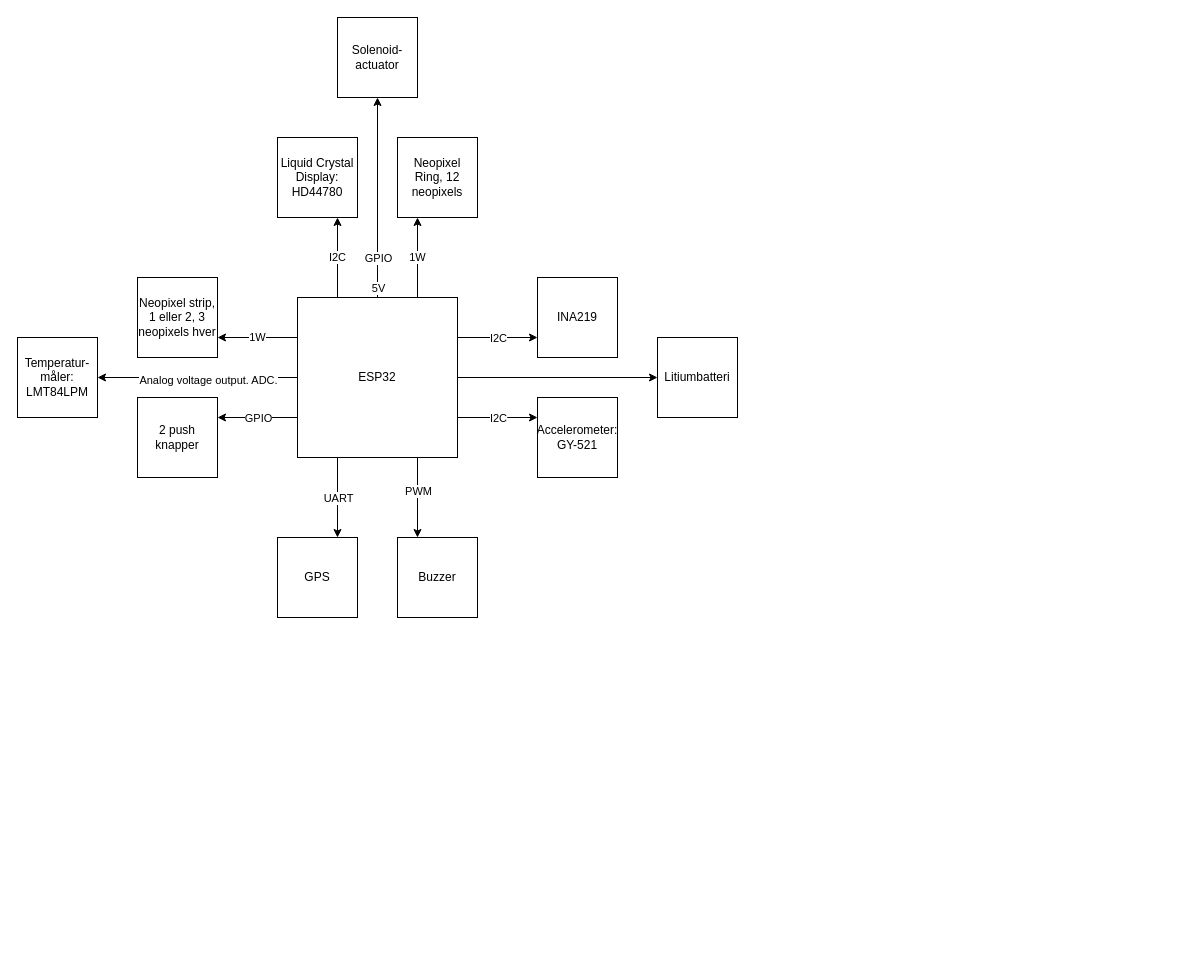
Earlier version of the draw.io diagram Blokdiagram/Blokdiagram.drawio (KEA-E24-B9-IOT1/E24-B9-IoT1). Source tidied: cells renumbered, new cells numbered last; positions are measured from the earlier drawing's top-left corner, leaving out a move shared by most shapes. Both pictures are drawn from the tidied source at 100%, with x=0, y=0 at pixel (17, 17).
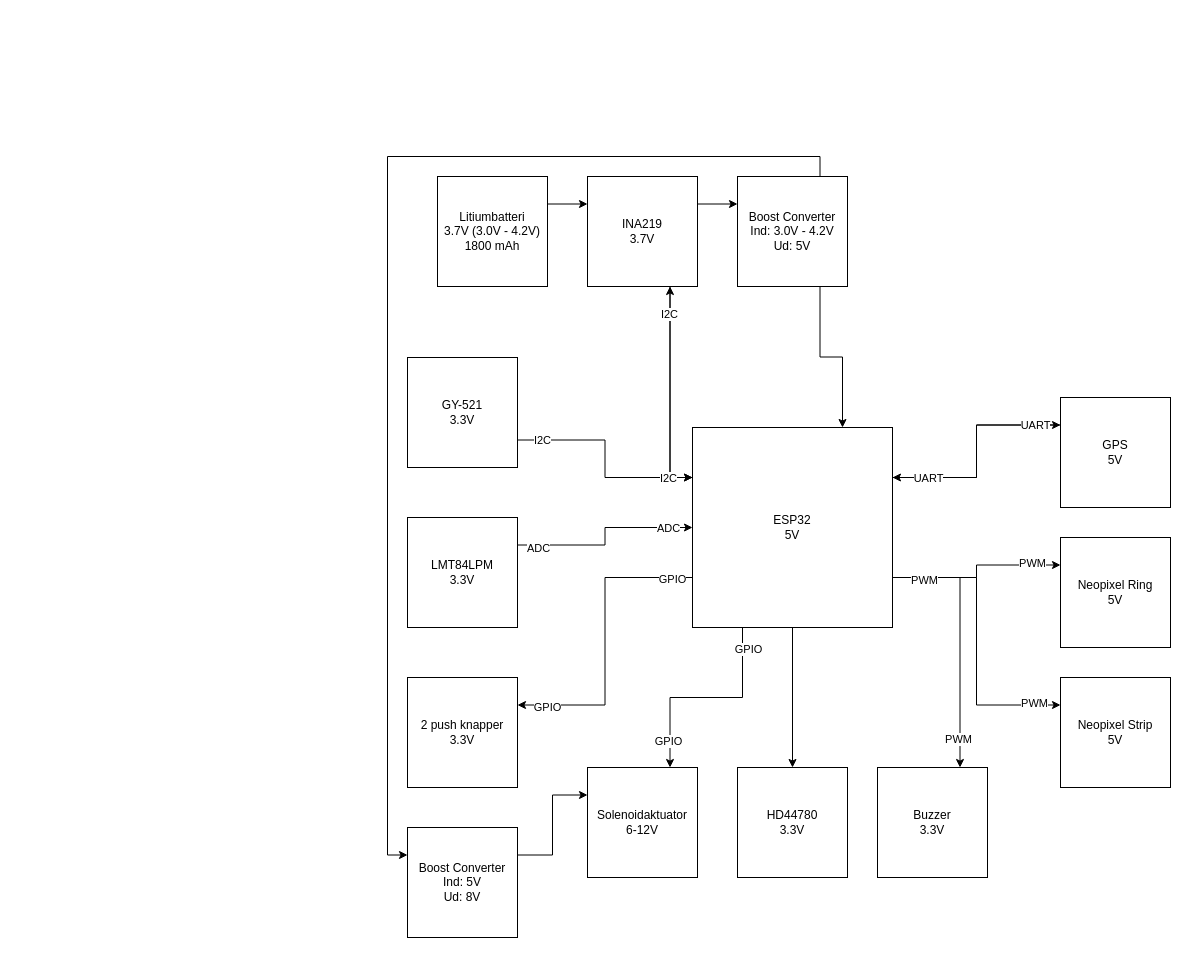
The same page after the edit.

The edit, as a diff of the source:
```diff
@@
-    <mxCell id="2" style="edgeStyle=orthogonalEdgeStyle;rounded=0;jettySize=auto;html=1;exitX=0.5;exitY=0;exitDx=0;exitDy=0;entryX=0.5;entryY=1;entryDx=0;entryDy=0;" parent="1" edge="1" source="21" target="31">
-      <mxGeometry relative="1" as="geometry" />
-    </mxCell>
-    <mxCell id="3" value="GPIO" style="edgeLabel;html=1;align=center;verticalAlign=middle;" parent="2" vertex="1">
-      <mxGeometry x="-0.18" y="2" relative="1" as="geometry">
-        <mxPoint x="2" y="42" as="offset" />
-      </mxGeometry>
-    </mxCell>
-    <mxCell id="4" value="5V" style="edgeLabel;html=1;align=center;verticalAlign=middle;" parent="2" vertex="1">
-      <mxGeometry x="-0.09" relative="1" as="geometry">
-        <mxPoint y="81" as="offset" />
-      </mxGeometry>
-    </mxCell>
-    <mxCell id="5" value="1W" style="edgeStyle=orthogonalEdgeStyle;rounded=0;jettySize=auto;html=1;exitX=0.75;exitY=0;exitDx=0;exitDy=0;entryX=0.25;entryY=1;entryDx=0;entryDy=0;" parent="1" edge="1" source="21" target="25">
-      <mxGeometry relative="1" as="geometry" />
-    </mxCell>
-    <mxCell id="6" value="I2C" style="edgeStyle=orthogonalEdgeStyle;rounded=0;jettySize=auto;html=1;exitX=0.25;exitY=0;exitDx=0;exitDy=0;entryX=0.75;entryY=1;entryDx=0;entryDy=0;" parent="1" edge="1" source="21" target="32">
-      <mxGeometry relative="1" as="geometry" />
-    </mxCell>
-    <mxCell id="7" style="edgeStyle=orthogonalEdgeStyle;rounded=0;jettySize=auto;html=1;exitX=0;exitY=0.5;exitDx=0;exitDy=0;entryX=1;entryY=0.5;entryDx=0;entryDy=0;" parent="1" edge="1" source="21" target="27">
-      <mxGeometry relative="1" as="geometry" />
-    </mxCell>
-    <mxCell id="8" value="Analog voltage output. ADC." style="edgeLabel;html=1;align=center;verticalAlign=middle;" parent="7" vertex="1">
-      <mxGeometry x="-0.1" y="2" relative="1" as="geometry" />
-    </mxCell>
-    <mxCell id="9" value="1W" style="edgeStyle=orthogonalEdgeStyle;rounded=0;jettySize=auto;html=1;exitX=0;exitY=0.25;exitDx=0;exitDy=0;entryX=1;entryY=0.75;entryDx=0;entryDy=0;" parent="1" edge="1" source="21" target="26">
-      <mxGeometry relative="1" as="geometry" />
-    </mxCell>
-    <mxCell id="10" style="edgeStyle=orthogonalEdgeStyle;rounded=0;jettySize=auto;html=1;exitX=0;exitY=0.75;exitDx=0;exitDy=0;entryX=1;entryY=0.25;entryDx=0;entryDy=0;" parent="1" edge="1" source="21" target="22">
-      <mxGeometry relative="1" as="geometry">
-        <Array as="points">
-          <mxPoint x="250" y="400" />
-          <mxPoint x="250" y="400" />
-        </Array>
-      </mxGeometry>
-    </mxCell>
-    <mxCell id="11" value="GPIO" style="edgeLabel;html=1;align=center;verticalAlign=middle;" parent="10" vertex="1">
-      <mxGeometry x="-0.33" y="2" relative="1" as="geometry">
-        <mxPoint x="-13" y="-2" as="offset" />
-      </mxGeometry>
-    </mxCell>
-    <mxCell id="12" style="edgeStyle=orthogonalEdgeStyle;rounded=0;jettySize=auto;html=1;exitX=1;exitY=0.25;exitDx=0;exitDy=0;entryX=0;entryY=0.75;entryDx=0;entryDy=0;" parent="1" edge="1" source="21" target="29">
-      <mxGeometry relative="1" as="geometry" />
-    </mxCell>
-    <mxCell id="13" value="I2C" style="edgeLabel;html=1;align=center;verticalAlign=middle;" parent="12" vertex="1">
-      <mxGeometry x="-0.53" y="4" relative="1" as="geometry">
-        <mxPoint x="21" y="4" as="offset" />
-      </mxGeometry>
-    </mxCell>
-    <mxCell id="14" style="edgeStyle=orthogonalEdgeStyle;rounded=0;jettySize=auto;html=1;exitX=1;exitY=0.5;exitDx=0;exitDy=0;entryX=0;entryY=0.5;entryDx=0;entryDy=0;" parent="1" edge="1" source="21" target="28">
-      <mxGeometry relative="1" as="geometry" />
-    </mxCell>
-    <mxCell id="15" style="edgeStyle=orthogonalEdgeStyle;rounded=0;jettySize=auto;html=1;exitX=1;exitY=0.75;exitDx=0;exitDy=0;entryX=0;entryY=0.25;entryDx=0;entryDy=0;" parent="1" edge="1" source="21" target="30">
-      <mxGeometry relative="1" as="geometry">
-        <Array as="points">
-          <mxPoint x="490" y="400" />
-          <mxPoint x="490" y="400" />
-        </Array>
-      </mxGeometry>
-    </mxCell>
-    <mxCell id="16" value="I2C" style="edgeLabel;html=1;align=center;verticalAlign=middle;" parent="15" vertex="1">
-      <mxGeometry x="0.12" y="1" relative="1" as="geometry">
-        <mxPoint x="-5" y="1" as="offset" />
-      </mxGeometry>
-    </mxCell>
-    <mxCell id="17" style="edgeStyle=orthogonalEdgeStyle;rounded=0;jettySize=auto;html=1;exitX=0.75;exitY=1;exitDx=0;exitDy=0;entryX=0.25;entryY=0;entryDx=0;entryDy=0;" parent="1" edge="1" source="21" target="24">
-      <mxGeometry relative="1" as="geometry" />
-    </mxCell>
-    <mxCell id="18" value="PWM" style="edgeLabel;html=1;align=center;verticalAlign=middle;" parent="17" vertex="1">
-      <mxGeometry x="-0.17" y="4" relative="1" as="geometry">
-        <mxPoint x="-4" as="offset" />
-      </mxGeometry>
-    </mxCell>
-    <mxCell id="19" style="edgeStyle=orthogonalEdgeStyle;rounded=0;jettySize=auto;html=1;exitX=0.25;exitY=1;exitDx=0;exitDy=0;entryX=0.75;entryY=0;entryDx=0;entryDy=0;" parent="1" edge="1" source="21" target="23">
-      <mxGeometry relative="1" as="geometry" />
-    </mxCell>
-    <mxCell id="20" value="UART" style="edgeLabel;html=1;align=center;verticalAlign=middle;" parent="19" vertex="1">
-      <mxGeometry x="-0.15" y="1" relative="1" as="geometry">
-        <mxPoint x="-1" y="6" as="offset" />
-      </mxGeometry>
-    </mxCell>
-    <mxCell id="21" value="ESP32" style="whiteSpace=wrap;html=1;" parent="1" vertex="1">
-      <mxGeometry x="280" y="280" width="160" height="160" as="geometry" />
-    </mxCell>
-    <mxCell id="22" value="2 push knapper" style="whiteSpace=wrap;html=1;" parent="1" vertex="1">
-      <mxGeometry x="120" y="380" width="80" height="80" as="geometry" />
-    </mxCell>
-    <mxCell id="23" value="GPS" style="whiteSpace=wrap;html=1;" parent="1" vertex="1">
-      <mxGeometry x="260" y="520" width="80" height="80" as="geometry" />
-    </mxCell>
-    <mxCell id="24" value="Buzzer" style="whiteSpace=wrap;html=1;" parent="1" vertex="1">
-      <mxGeometry x="380" y="520" width="80" height="80" as="geometry" />
-    </mxCell>
-    <mxCell id="25" value="Neopixel Ring, 12 neopixels" style="whiteSpace=wrap;html=1;" parent="1" vertex="1">
-      <mxGeometry x="380" y="120" width="80" height="80" as="geometry" />
-    </mxCell>
-    <mxCell id="26" value="Neopixel strip, 1 eller 2, 3 neopixels hver" style="whiteSpace=wrap;html=1;" parent="1" vertex="1">
-      <mxGeometry x="120" y="260" width="80" height="80" as="geometry" />
-    </mxCell>
-    <mxCell id="27" value="Temperatur-&lt;div&gt;måler:&lt;/div&gt;&lt;div&gt;LMT84LPM&lt;br&gt;&lt;/div&gt;" style="whiteSpace=wrap;html=1;" parent="1" vertex="1">
-      <mxGeometry y="320" width="80" height="80" as="geometry" />
-    </mxCell>
-    <mxCell id="28" value="Litiumbatteri" style="whiteSpace=wrap;html=1;" parent="1" vertex="1">
-      <mxGeometry x="640" y="320" width="80" height="80" as="geometry" />
-    </mxCell>
-    <mxCell id="29" value="INA219" style="whiteSpace=wrap;html=1;" parent="1" vertex="1">
-      <mxGeometry x="520" y="260" width="80" height="80" as="geometry" />
-    </mxCell>
-    <mxCell id="30" value="Accelerometer:&lt;br&gt;GY-521" style="whiteSpace=wrap;html=1;" parent="1" vertex="1">
-      <mxGeometry x="520" y="380" width="80" height="80" as="geometry" />
-    </mxCell>
-    <mxCell id="31" value="Solenoid-&lt;div&gt;actuator&lt;/div&gt;" style="whiteSpace=wrap;html=1;" parent="1" vertex="1">
-      <mxGeometry x="320" width="80" height="80" as="geometry" />
-    </mxCell>
-    <mxCell id="32" value="Liquid Crystal&lt;div&gt;Display:&lt;br&gt;HD44780&lt;br&gt;&lt;/div&gt;" style="whiteSpace=wrap;html=1;" parent="1" vertex="1">
-      <mxGeometry x="260" y="120" width="80" height="80" as="geometry" />
-    </mxCell>
+    <mxCell id="33" style="edgeStyle=orthogonalEdgeStyle;rounded=0;jettySize=auto;html=1;exitX=1;exitY=0.25;exitDx=0;exitDy=0;entryX=0;entryY=0.25;entryDx=0;entryDy=0;" parent="1" edge="1" source="34" target="37">
+      <mxGeometry relative="1" as="geometry" />
+    </mxCell>
+    <mxCell id="34" value="&lt;div&gt;Litiumbatteri&lt;/div&gt;&lt;div&gt;3.7V (3.0V - 4.2V)&lt;/div&gt;&lt;div&gt;1800 mAh&lt;br&gt;&lt;/div&gt;" style="whiteSpace=wrap;html=1;" parent="1" vertex="1">
+      <mxGeometry x="420" y="159" width="110" height="110" as="geometry" />
+    </mxCell>
+    <mxCell id="35" style="edgeStyle=orthogonalEdgeStyle;rounded=0;jettySize=auto;html=1;exitX=1;exitY=0.25;exitDx=0;exitDy=0;entryX=0;entryY=0.25;entryDx=0;entryDy=0;" parent="1" edge="1" source="37" target="40">
+      <mxGeometry relative="1" as="geometry" />
+    </mxCell>
+    <mxCell id="36" style="edgeStyle=orthogonalEdgeStyle;rounded=0;jettySize=auto;html=1;exitX=0.75;exitY=1;exitDx=0;exitDy=0;entryX=0;entryY=0.25;entryDx=0;entryDy=0;" parent="1" edge="1" source="37" target="58">
+      <mxGeometry relative="1" as="geometry" />
+    </mxCell>
+    <mxCell id="37" value="&lt;div&gt;INA219&lt;/div&gt;3.7V" style="whiteSpace=wrap;html=1;" parent="1" vertex="1">
+      <mxGeometry x="570" y="159" width="110" height="110" as="geometry" />
+    </mxCell>
+    <mxCell id="38" style="edgeStyle=orthogonalEdgeStyle;rounded=0;jettySize=auto;html=1;exitX=0.75;exitY=1;exitDx=0;exitDy=0;entryX=0.75;entryY=0;entryDx=0;entryDy=0;" parent="1" edge="1" source="40" target="58">
+      <mxGeometry relative="1" as="geometry" />
+    </mxCell>
+    <mxCell id="39" style="edgeStyle=orthogonalEdgeStyle;rounded=0;jettySize=auto;html=1;exitX=0.75;exitY=0;exitDx=0;exitDy=0;entryX=0;entryY=0.25;entryDx=0;entryDy=0;" parent="1" edge="1" source="40" target="78">
+      <mxGeometry relative="1" as="geometry" />
+    </mxCell>
+    <mxCell id="40" value="&lt;div&gt;Boost Converter&lt;/div&gt;&lt;div&gt;Ind: 3.0V - 4.2V&lt;/div&gt;&lt;div&gt;Ud: 5V&lt;br&gt;&lt;/div&gt;" style="whiteSpace=wrap;html=1;" parent="1" vertex="1">
+      <mxGeometry x="720" y="159" width="110" height="110" as="geometry" />
+    </mxCell>
+    <mxCell id="41" style="edgeStyle=orthogonalEdgeStyle;rounded=0;jettySize=auto;html=1;exitX=1;exitY=0.25;exitDx=0;exitDy=0;entryX=0;entryY=0.25;entryDx=0;entryDy=0;" parent="1" edge="1" source="58" target="62">
+      <mxGeometry relative="1" as="geometry" />
+    </mxCell>
+    <mxCell id="42" style="edgeStyle=orthogonalEdgeStyle;rounded=0;jettySize=auto;html=1;exitX=1;exitY=0.75;exitDx=0;exitDy=0;entryX=0;entryY=0.25;entryDx=0;entryDy=0;" parent="1" edge="1" source="58" target="63">
+      <mxGeometry relative="1" as="geometry" />
+    </mxCell>
+    <mxCell id="43" value="PWM" style="edgeLabel;html=1;align=center;verticalAlign=middle;" parent="42" vertex="1">
+      <mxGeometry x="0.68" y="2" relative="1" as="geometry" />
+    </mxCell>
+    <mxCell id="44" style="edgeStyle=orthogonalEdgeStyle;rounded=0;jettySize=auto;html=1;exitX=0;exitY=0.25;exitDx=0;exitDy=0;entryX=0.75;entryY=1;entryDx=0;entryDy=0;" parent="1" edge="1" source="58" target="37">
+      <mxGeometry relative="1" as="geometry" />
+    </mxCell>
+    <mxCell id="45" value="I2C" style="edgeLabel;html=1;align=center;verticalAlign=middle;" parent="44" vertex="1">
+      <mxGeometry x="0.74" y="1" relative="1" as="geometry" />
+    </mxCell>
+    <mxCell id="46" style="edgeStyle=orthogonalEdgeStyle;rounded=0;jettySize=auto;html=1;exitX=0.5;exitY=1;exitDx=0;exitDy=0;entryX=0.5;entryY=0;entryDx=0;entryDy=0;" parent="1" edge="1" source="58" target="68">
+      <mxGeometry relative="1" as="geometry" />
+    </mxCell>
+    <mxCell id="47" style="edgeStyle=orthogonalEdgeStyle;rounded=0;jettySize=auto;html=1;exitX=1;exitY=0.75;exitDx=0;exitDy=0;entryX=0;entryY=0.25;entryDx=0;entryDy=0;" parent="1" edge="1" source="58" target="69">
+      <mxGeometry relative="1" as="geometry">
+        <Array as="points">
+          <mxPoint x="959" y="560" />
+          <mxPoint x="959" y="687" />
+        </Array>
+      </mxGeometry>
+    </mxCell>
+    <mxCell id="48" value="PWM" style="edgeLabel;html=1;align=center;verticalAlign=middle;" parent="47" vertex="1">
+      <mxGeometry x="0.82" y="2" relative="1" as="geometry" />
+    </mxCell>
+    <mxCell id="49" style="edgeStyle=orthogonalEdgeStyle;rounded=0;jettySize=auto;html=1;exitX=0;exitY=0.75;exitDx=0;exitDy=0;entryX=1;entryY=0.25;entryDx=0;entryDy=0;" parent="1" edge="1" source="58" target="76">
+      <mxGeometry relative="1" as="geometry" />
+    </mxCell>
+    <mxCell id="50" value="GPIO" style="edgeLabel;html=1;align=center;verticalAlign=middle;" parent="49" vertex="1">
+      <mxGeometry x="0.16" y="4" relative="1" as="geometry">
+        <mxPoint x="-62" y="42" as="offset" />
+      </mxGeometry>
+    </mxCell>
+    <mxCell id="51" value="GPIO" style="edgeLabel;html=1;align=center;verticalAlign=middle;" parent="49" vertex="1">
+      <mxGeometry x="-0.86" y="1" relative="1" as="geometry" />
+    </mxCell>
+    <mxCell id="52" style="edgeStyle=orthogonalEdgeStyle;rounded=0;jettySize=auto;html=1;exitX=1;exitY=0.75;exitDx=0;exitDy=0;entryX=0.75;entryY=0;entryDx=0;entryDy=0;" parent="1" edge="1" source="58" target="71">
+      <mxGeometry relative="1" as="geometry" />
+    </mxCell>
+    <mxCell id="53" value="PWM" style="edgeLabel;html=1;align=center;verticalAlign=middle;" parent="52" vertex="1">
+      <mxGeometry x="-0.76" y="-2" relative="1" as="geometry" />
+    </mxCell>
+    <mxCell id="54" value="PWM" style="edgeLabel;html=1;align=center;verticalAlign=middle;" parent="52" vertex="1">
+      <mxGeometry x="0.83" y="4" relative="1" as="geometry">
+        <mxPoint x="-6" y="-7" as="offset" />
+      </mxGeometry>
+    </mxCell>
+    <mxCell id="55" style="edgeStyle=orthogonalEdgeStyle;rounded=0;jettySize=auto;html=1;exitX=0.25;exitY=1;exitDx=0;exitDy=0;entryX=0.75;entryY=0;entryDx=0;entryDy=0;" parent="1" edge="1" source="58" target="70">
+      <mxGeometry relative="1" as="geometry" />
+    </mxCell>
+    <mxCell id="56" value="GPIO" style="edgeLabel;html=1;align=center;verticalAlign=middle;" parent="55" vertex="1">
+      <mxGeometry x="-0.76" y="-4" relative="1" as="geometry">
+        <mxPoint x="9" y="-5" as="offset" />
+      </mxGeometry>
+    </mxCell>
+    <mxCell id="57" value="GPIO" style="edgeLabel;html=1;align=center;verticalAlign=middle;" parent="55" vertex="1">
+      <mxGeometry x="0.75" y="-6" relative="1" as="geometry">
+        <mxPoint x="4" as="offset" />
+      </mxGeometry>
+    </mxCell>
+    <mxCell id="58" value="&lt;div&gt;ESP32&lt;/div&gt;&lt;div&gt;5V&lt;/div&gt;" style="whiteSpace=wrap;html=1;" parent="1" vertex="1">
+      <mxGeometry x="675" y="410" width="200" height="200" as="geometry" />
+    </mxCell>
+    <mxCell id="59" style="edgeStyle=orthogonalEdgeStyle;rounded=0;jettySize=auto;html=1;exitX=0;exitY=0.25;exitDx=0;exitDy=0;entryX=1;entryY=0.25;entryDx=0;entryDy=0;" parent="1" edge="1" source="62" target="58">
+      <mxGeometry relative="1" as="geometry" />
+    </mxCell>
+    <mxCell id="60" value="UART" style="edgeLabel;html=1;align=center;verticalAlign=middle;" parent="59" vertex="1">
+      <mxGeometry x="-0.14" y="1" relative="1" as="geometry">
+        <mxPoint x="-50" y="42" as="offset" />
+      </mxGeometry>
+    </mxCell>
+    <mxCell id="61" value="UART" style="edgeLabel;html=1;align=center;verticalAlign=middle;" parent="59" vertex="1">
+      <mxGeometry x="-0.76" relative="1" as="geometry" />
+    </mxCell>
+    <mxCell id="62" value="&lt;div&gt;GPS&lt;/div&gt;&lt;div&gt;5V&lt;br&gt;&lt;/div&gt;" style="whiteSpace=wrap;html=1;" parent="1" vertex="1">
+      <mxGeometry x="1043" y="380" width="110" height="110" as="geometry" />
+    </mxCell>
+    <mxCell id="63" value="&lt;div&gt;Neopixel Ring&lt;/div&gt;&lt;div&gt;5V&lt;br&gt;&lt;/div&gt;" style="whiteSpace=wrap;html=1;" parent="1" vertex="1">
+      <mxGeometry x="1043" y="520" width="110" height="110" as="geometry" />
+    </mxCell>
+    <mxCell id="64" style="edgeStyle=orthogonalEdgeStyle;rounded=0;jettySize=auto;html=1;exitX=1;exitY=0.25;exitDx=0;exitDy=0;entryX=0;entryY=0.5;entryDx=0;entryDy=0;" parent="1" edge="1" source="67" target="58">
+      <mxGeometry relative="1" as="geometry" />
+    </mxCell>
+    <mxCell id="65" value="ADC" style="edgeLabel;html=1;align=center;verticalAlign=middle;" parent="64" vertex="1">
+      <mxGeometry x="0.83" y="1" relative="1" as="geometry">
+        <mxPoint x="-8" y="1" as="offset" />
+      </mxGeometry>
+    </mxCell>
+    <mxCell id="66" value="ADC" style="edgeLabel;html=1;align=center;verticalAlign=middle;" parent="64" vertex="1">
+      <mxGeometry x="-0.79" y="-4" relative="1" as="geometry">
+        <mxPoint y="-1" as="offset" />
+      </mxGeometry>
+    </mxCell>
+    <mxCell id="67" value="&lt;div&gt;LMT84LPM&lt;/div&gt;&lt;div&gt;3.3V&lt;br&gt;&lt;/div&gt;" style="whiteSpace=wrap;html=1;" parent="1" vertex="1">
+      <mxGeometry x="390" y="500" width="110" height="110" as="geometry" />
+    </mxCell>
+    <mxCell id="68" value="&lt;div&gt;HD44780&lt;/div&gt;&lt;div&gt;3.3V&lt;br&gt;&lt;/div&gt;" style="whiteSpace=wrap;html=1;" parent="1" vertex="1">
+      <mxGeometry x="720" y="750" width="110" height="110" as="geometry" />
+    </mxCell>
+    <mxCell id="69" value="&lt;div&gt;Neopixel Strip&lt;/div&gt;&lt;div&gt;5V&lt;br&gt;&lt;/div&gt;" style="whiteSpace=wrap;html=1;" parent="1" vertex="1">
+      <mxGeometry x="1043" y="660" width="110" height="110" as="geometry" />
+    </mxCell>
+    <mxCell id="70" value="&lt;div&gt;Solenoidaktuator&lt;/div&gt;&lt;div&gt;6-12V&lt;br&gt;&lt;/div&gt;" style="whiteSpace=wrap;html=1;" parent="1" vertex="1">
+      <mxGeometry x="570" y="750" width="110" height="110" as="geometry" />
+    </mxCell>
+    <mxCell id="71" value="&lt;div&gt;Buzzer&lt;/div&gt;&lt;div&gt;3.3V&lt;br&gt;&lt;/div&gt;" style="whiteSpace=wrap;html=1;" parent="1" vertex="1">
+      <mxGeometry x="860" y="750" width="110" height="110" as="geometry" />
+    </mxCell>
+    <mxCell id="72" style="edgeStyle=orthogonalEdgeStyle;rounded=0;jettySize=auto;html=1;exitX=1;exitY=0.75;exitDx=0;exitDy=0;entryX=0;entryY=0.25;entryDx=0;entryDy=0;" parent="1" edge="1" source="75" target="58">
+      <mxGeometry relative="1" as="geometry" />
+    </mxCell>
+    <mxCell id="73" value="I2C" style="edgeLabel;html=1;align=center;verticalAlign=middle;" parent="72" vertex="1">
+      <mxGeometry x="-0.77" relative="1" as="geometry" />
+    </mxCell>
+    <mxCell id="74" value="I2C" style="edgeLabel;html=1;align=center;verticalAlign=middle;" parent="72" vertex="1">
+      <mxGeometry x="0.71" y="-3" relative="1" as="geometry">
+        <mxPoint x="6" y="-3" as="offset" />
+      </mxGeometry>
+    </mxCell>
+    <mxCell id="75" value="&lt;div&gt;GY-521&lt;/div&gt;&lt;div&gt;3.3V&lt;br&gt;&lt;/div&gt;" style="whiteSpace=wrap;html=1;" parent="1" vertex="1">
+      <mxGeometry x="390" y="340" width="110" height="110" as="geometry" />
+    </mxCell>
+    <mxCell id="76" value="&lt;div&gt;2 push knapper&lt;/div&gt;&lt;div&gt;3.3V&lt;br&gt;&lt;/div&gt;" style="whiteSpace=wrap;html=1;" parent="1" vertex="1">
+      <mxGeometry x="390" y="660" width="110" height="110" as="geometry" />
+    </mxCell>
+    <mxCell id="77" style="edgeStyle=orthogonalEdgeStyle;rounded=0;jettySize=auto;html=1;exitX=1;exitY=0.25;exitDx=0;exitDy=0;entryX=0;entryY=0.25;entryDx=0;entryDy=0;" parent="1" edge="1" source="78" target="70">
+      <mxGeometry relative="1" as="geometry" />
+    </mxCell>
+    <mxCell id="78" value="&lt;div&gt;Boost Converter&lt;/div&gt;&lt;div&gt;Ind: 5V&lt;br&gt;&lt;/div&gt;&lt;div&gt;Ud: 8V&lt;br&gt;&lt;/div&gt;" style="whiteSpace=wrap;html=1;" parent="1" vertex="1">
+      <mxGeometry x="390" y="810" width="110" height="110" as="geometry" />
+    </mxCell>
```
